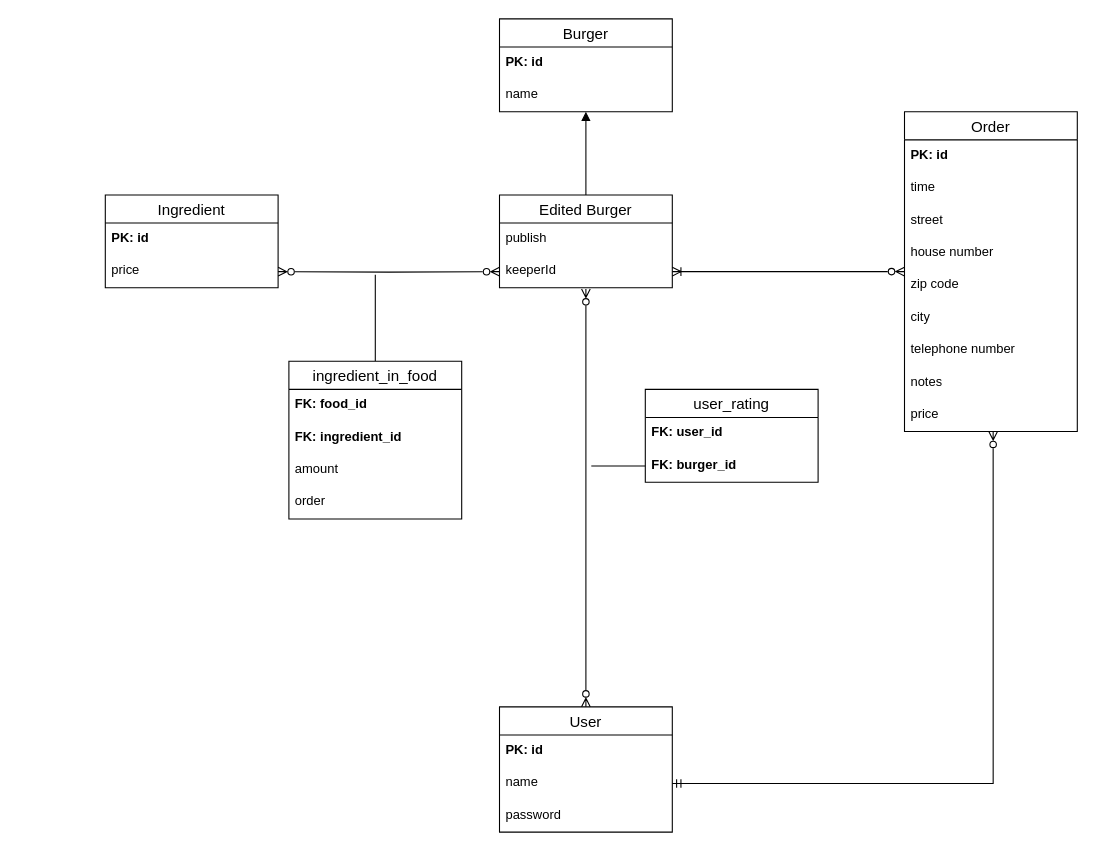
The draw.io diagram assets/iis_er_diagram.drawio in iis-itu-team/itu-project, before the edit. Source tidied: cells renumbered, new cells numbered last; positions are measured from the earlier drawing's top-left corner, leaving out a move shared by most shapes. Both pictures are drawn from the tidied source at 108%, with x=0, y=0 at pixel (105, 18).
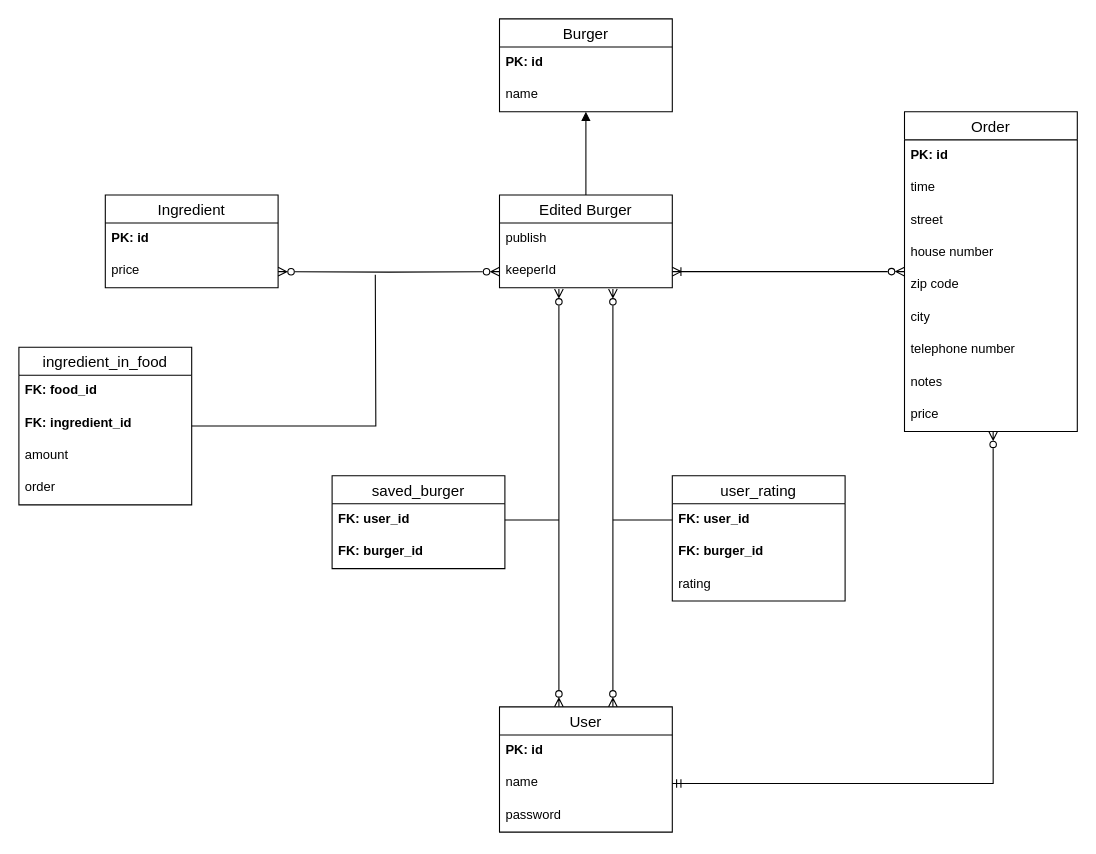
Above is the later version.

The change refers to these unchanged cells:
```xml
<mxCell id="11" value="keeperId" style="text;strokeColor=none;fillColor=none;spacingLeft=4;spacingRight=4;overflow=hidden;points=[[0,0.5],[1,0.5]];portConstraint=eastwest;fontSize=12;whiteSpace=wrap;html=1;" parent="9" vertex="1">
  <mxGeometry y="56" width="160" height="30" as="geometry" />
</mxCell>
<mxCell id="13" value="User" style="swimlane;fontStyle=0;horizontal=1;startSize=26;align=center;fontSize=14;" parent="1" vertex="1">
  <mxGeometry x="365" y="637" width="160" height="116" as="geometry" />
</mxCell>
<mxCell id="37" value="&lt;b&gt;FK: user_id&lt;br&gt;&lt;/b&gt;" style="text;strokeColor=none;fillColor=none;spacingLeft=4;spacingRight=4;overflow=hidden;points=[[0,0.5],[1,0.5]];portConstraint=eastwest;fontSize=12;whiteSpace=wrap;html=1;" parent="36" vertex="1">
  <mxGeometry y="26" width="160" height="30" as="geometry" />
</mxCell>
<mxCell id="39" value="&lt;b&gt;FK: burger_id&lt;br&gt;&lt;/b&gt;" style="text;strokeColor=none;fillColor=none;spacingLeft=4;spacingRight=4;overflow=hidden;points=[[0,0.5],[1,0.5]];portConstraint=eastwest;fontSize=12;whiteSpace=wrap;html=1;" parent="36" vertex="1">
  <mxGeometry y="56" width="160" height="30" as="geometry" />
</mxCell>
```

The edit, as a diff of the source:
```diff
@@
-    <mxCell id="28" style="edgeStyle=orthogonalEdgeStyle;rounded=0;jettySize=auto;html=1;entryX=0.5;entryY=1.033;entryDx=0;entryDy=0;entryPerimeter=0;endArrow=ERzeroToMany;endFill=0;startArrow=ERzeroToMany;startFill=0;" parent="1" edge="1" source="13" target="11">
-      <mxGeometry relative="1" as="geometry" />
+    <mxCell id="28" style="edgeStyle=orthogonalEdgeStyle;rounded=0;orthogonalLoop=1;jettySize=auto;html=1;entryX=0.5;entryY=1.033;entryDx=0;entryDy=0;entryPerimeter=0;endArrow=ERzeroToMany;endFill=0;startArrow=ERzeroToMany;startFill=0;" parent="1" edge="1">
+      <mxGeometry relative="1" as="geometry">
+        <mxPoint x="470" y="637" as="sourcePoint" />
+        <mxPoint x="470" y="250" as="targetPoint" />
+      </mxGeometry>
     </mxCell>
@@
     <mxCell id="31" value="ingredient_in_food" style="swimlane;fontStyle=0;horizontal=1;startSize=26;align=center;fontSize=14;" parent="1" vertex="1">
-      <mxGeometry x="170" y="317" width="160" height="146" as="geometry" />
+      <mxGeometry x="-80" y="304" width="160" height="146" as="geometry" />
     </mxCell>
@@
     <mxCell id="36" value="user_rating" style="swimlane;fontStyle=0;horizontal=1;startSize=26;align=center;fontSize=14;" parent="1" vertex="1">
-      <mxGeometry x="500" y="343" width="160" height="86" as="geometry" />
+      <mxGeometry x="525" y="423" width="160" height="116" as="geometry" />
     </mxCell>
+    <mxCell id="40" style="edgeStyle=orthogonalEdgeStyle;rounded=0;jettySize=auto;html=1;endArrow=none;endFill=0;" parent="36" edge="1" source="37">
+      <mxGeometry relative="1" as="geometry">
+        <mxPoint x="-55" y="41" as="targetPoint" />
+      </mxGeometry>
+    </mxCell>
@@
-    <mxCell id="38" style="edgeStyle=orthogonalEdgeStyle;rounded=0;jettySize=auto;html=1;endArrow=none;endFill=0;" parent="36" edge="1" source="39">
-      <mxGeometry relative="1" as="geometry">
-        <mxPoint x="-50" y="71" as="targetPoint" />
-      </mxGeometry>
-    </mxCell>
@@
+    <mxCell id="41" value="rating" style="text;strokeColor=none;fillColor=none;spacingLeft=4;spacingRight=4;overflow=hidden;fontSize=12;whiteSpace=wrap;html=1;" parent="36" vertex="1">
+      <mxGeometry y="86" width="160" height="30" as="geometry" />
+    </mxCell>
+    <mxCell id="42" style="edgeStyle=orthogonalEdgeStyle;rounded=0;orthogonalLoop=1;jettySize=auto;html=1;entryX=0.5;entryY=1.033;entryDx=0;entryDy=0;entryPerimeter=0;endArrow=ERzeroToMany;endFill=0;startArrow=ERzeroToMany;startFill=0;" parent="1" edge="1">
+      <mxGeometry relative="1" as="geometry">
+        <mxPoint x="420" y="637" as="sourcePoint" />
+        <mxPoint x="420" y="250" as="targetPoint" />
+      </mxGeometry>
+    </mxCell>
+    <mxCell id="43" value="saved_burger" style="swimlane;fontStyle=0;horizontal=1;startSize=26;align=center;fontSize=14;" parent="1" vertex="1">
+      <mxGeometry x="210" y="423" width="160" height="86" as="geometry" />
+    </mxCell>
+    <mxCell id="44" style="edgeStyle=orthogonalEdgeStyle;rounded=0;jettySize=auto;html=1;endArrow=none;endFill=0;" parent="43" edge="1" source="45">
+      <mxGeometry relative="1" as="geometry">
+        <mxPoint x="210" y="41" as="targetPoint" />
+      </mxGeometry>
+    </mxCell>
+    <mxCell id="45" value="&lt;b&gt;FK: user_id&lt;br&gt;&lt;/b&gt;" style="text;strokeColor=none;fillColor=none;spacingLeft=4;spacingRight=4;overflow=hidden;points=[[0,0.5],[1,0.5]];portConstraint=eastwest;fontSize=12;whiteSpace=wrap;html=1;" parent="43" vertex="1">
+      <mxGeometry y="26" width="160" height="30" as="geometry" />
+    </mxCell>
+    <mxCell id="46" value="&lt;b&gt;FK: burger_id&lt;br&gt;&lt;/b&gt;" style="text;strokeColor=none;fillColor=none;spacingLeft=4;spacingRight=4;overflow=hidden;fontSize=12;whiteSpace=wrap;html=1;" parent="43" vertex="1">
+      <mxGeometry y="56" width="160" height="30" as="geometry" />
+    </mxCell>
```
